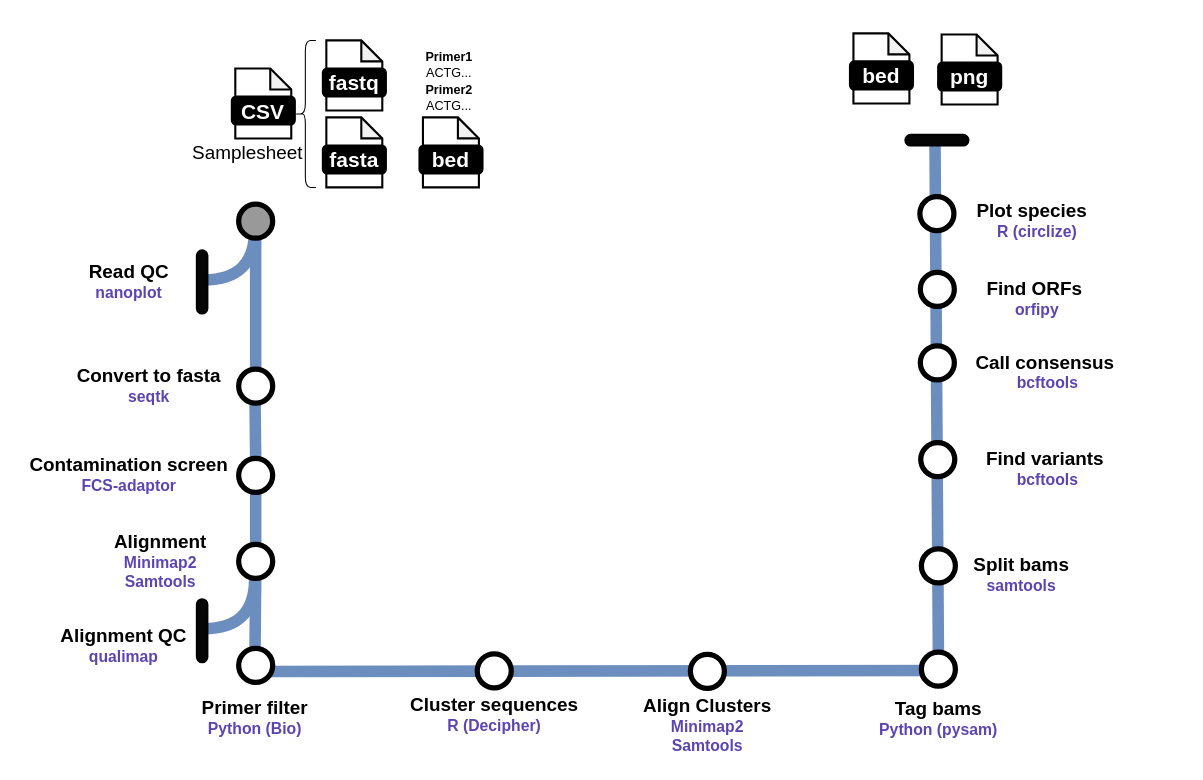
The draw.io diagram docs/images/HiFiAmplicon_Metromap.drawio in rlinder02/rl-hifiampliconanalysis, before the edit. Source tidied: cells renumbered, new cells numbered last; positions are measured from the earlier drawing's top-left corner, leaving out a move shared by most shapes. Both pictures are drawn from the tidied source at 105%, with x=0, y=0 at pixel (18, 33).
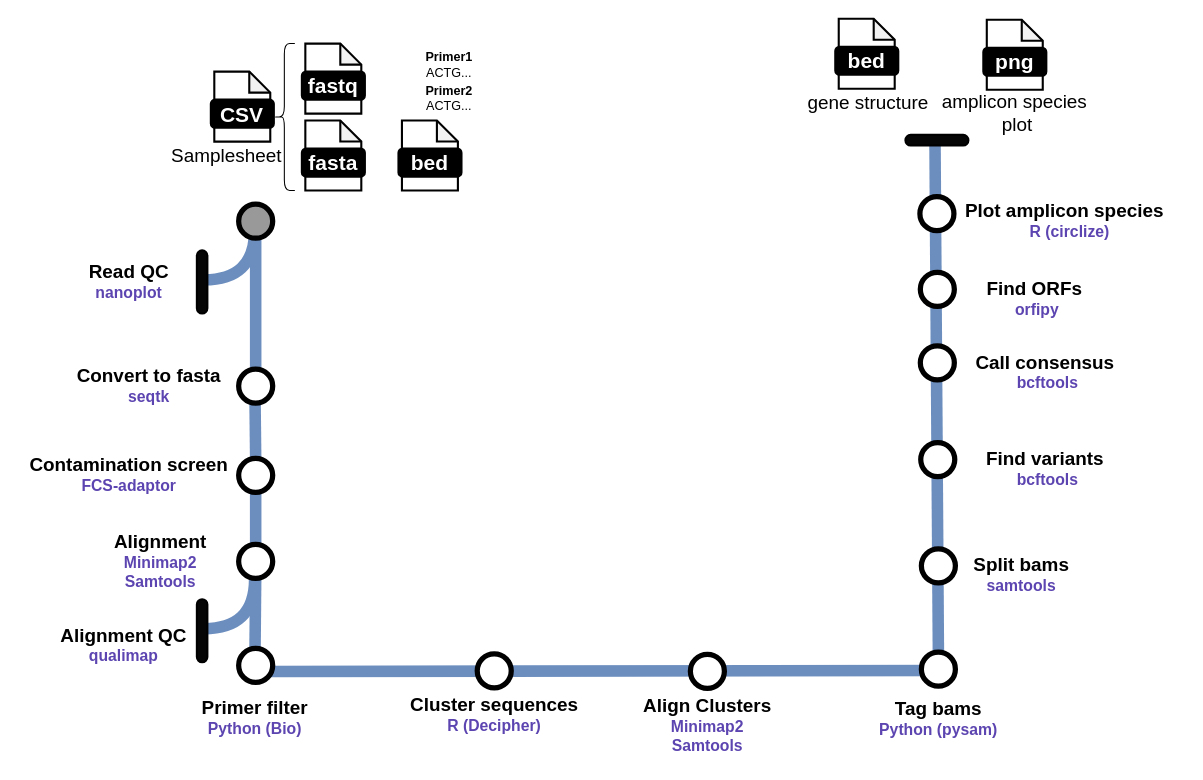
After the change.

Diff of the diagram source:
```diff
@@
     <mxCell id="8" style="group;" parent="1" vertex="1">
-      <mxGeometry x="190" y="7" width="160" height="140" as="geometry" />
+      <mxGeometry x="170" y="10" width="855" height="140" as="geometry" />
     </mxCell>
@@
     <mxCell id="23" style="group;" parent="8" vertex="1">
-      <mxGeometry x="602" y="-6.7" width="60" height="66.7" as="geometry" />
+      <mxGeometry x="608" y="-23.7" width="60" height="66.7" as="geometry" />
     </mxCell>
@@
     <mxCell id="26" style="group;" parent="8" vertex="1">
-      <mxGeometry x="686" y="-5.7" width="60" height="66.7" as="geometry" />
+      <mxGeometry x="749" y="-22.7" width="60" height="66.7" as="geometry" />
     </mxCell>
@@
+    <mxCell id="65" value="&lt;font style=&quot;font-size: 18px;&quot; face=&quot;Helvetica&quot;&gt;amplicon species&amp;nbsp;&lt;/font&gt;&lt;div&gt;&lt;font style=&quot;font-size: 18px;&quot; face=&quot;Helvetica&quot;&gt;plot&lt;/font&gt;&lt;/div&gt;" style="text;html=1;align=center;verticalAlign=middle;strokeColor=none;fillColor=none;" parent="8" vertex="1">
+      <mxGeometry x="696" y="37" width="170" height="60" as="geometry" />
+    </mxCell>
@@
-    <mxCell id="64" value="&lt;span style=&quot;font-size: 18px;&quot;&gt;&lt;b&gt;Plot species&amp;nbsp;&amp;nbsp;&lt;/b&gt;&lt;/span&gt;&lt;div&gt;&lt;font color=&quot;#5c45b0&quot;&gt;&lt;span style=&quot;font-size: 15px;&quot;&gt;&lt;b&gt;R (circlize)&lt;/b&gt;&lt;/span&gt;&lt;/font&gt;&lt;/div&gt;" style="text;html=1;align=center;verticalAlign=middle;strokeColor=none;fillColor=none;" parent="1" vertex="1">
-      <mxGeometry x="899.6" y="154.1" width="140" height="50" as="geometry" />
+    <mxCell id="64" value="&lt;span style=&quot;font-size: 18px;&quot;&gt;&lt;b&gt;Plot amplicon species&amp;nbsp;&amp;nbsp;&lt;/b&gt;&lt;/span&gt;&lt;div&gt;&lt;font color=&quot;#5c45b0&quot;&gt;&lt;span style=&quot;font-size: 15px;&quot;&gt;&lt;b&gt;R (circlize)&lt;/b&gt;&lt;/span&gt;&lt;/font&gt;&lt;/div&gt;" style="text;html=1;align=center;verticalAlign=middle;strokeColor=none;fillColor=none;" parent="1" vertex="1">
+      <mxGeometry x="891.4" y="154.1" width="220" height="50" as="geometry" />
     </mxCell>
+    <mxCell id="66" value="&lt;font style=&quot;font-size: 18px;&quot; face=&quot;Helvetica&quot;&gt;gene structure&lt;/font&gt;" style="text;html=1;align=center;verticalAlign=middle;strokeColor=none;fillColor=none;" parent="1" vertex="1">
+      <mxGeometry x="739" y="47" width="140" height="40" as="geometry" />
+    </mxCell>
```
